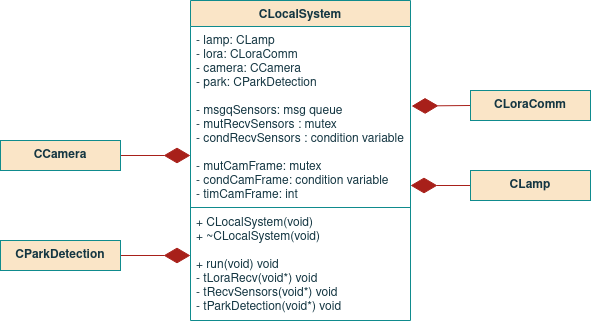
ESRGgroup9/slipad keeps this draw.io diagram as report/images/09sw_specification/LS/clocalsystem/class.png. Above is the earlier version. Source tidied: cells renumbered, new cells last; positions are measured from the earlier drawing's top-left corner, leaving out a move shared by most shapes.
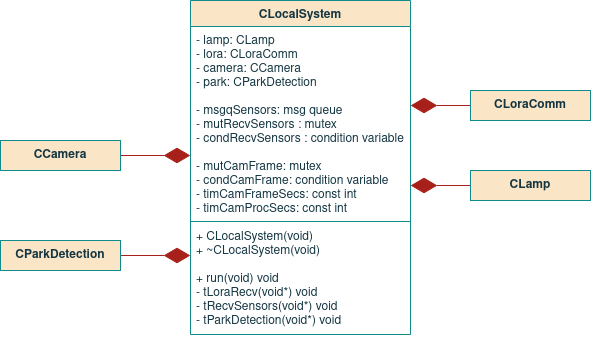
The same diagram one commit later.

Change to the diagram source:
```diff
@@ -3,25 +3,26 @@
     <mxCell id="0" />
     <mxCell id="1" parent="0" />
     <mxCell id="2" value="CLocalSystem" style="swimlane;fontStyle=1;align=center;verticalAlign=top;horizontal=1;startSize=26;fillColor=#FAE5C7;strokeColor=#0F8B8D;fontColor=#143642;" parent="1" vertex="1">
-      <mxGeometry x="190" width="220" height="320" as="geometry" />
+      <mxGeometry x="190" width="220" height="334" as="geometry" />
     </mxCell>
-    <mxCell id="3" value="- lamp: CLamp&#10;- lora: CLoraComm&#10;- camera: CCamera&#10;- park: CParkDetection&#10;&#10;- msgqSensors: msg queue&#10;- mutRecvSensors : mutex&#10;- condRecvSensors : condition variable&#10;&#10;- mutCamFrame: mutex&#10;- condCamFrame: condition variable&#10;- timCamFrame: int&#10;&#10;&#10;&#10;" style="text;strokeColor=none;fillColor=none;align=left;verticalAlign=top;spacingLeft=4;spacingRight=4;overflow=hidden;points=[[0,0.5],[1,0.5]];portConstraint=eastwest;fontColor=#143642;" parent="2" vertex="1">
-      <mxGeometry y="26" width="220" height="180" as="geometry" />
+    <mxCell id="3" value="- lamp: CLamp&#10;- lora: CLoraComm&#10;- camera: CCamera&#10;- park: CParkDetection&#10;&#10;- msgqSensors: msg queue&#10;- mutRecvSensors : mutex&#10;- condRecvSensors : condition variable&#10;&#10;- mutCamFrame: mutex&#10;- condCamFrame: condition variable&#10;- timCamFrameSecs: const int&#10;- timCamProcSecs: const int&#10;&#10;&#10;&#10;&#10;" style="text;strokeColor=none;fillColor=none;align=left;verticalAlign=top;spacingLeft=4;spacingRight=4;overflow=hidden;points=[[0,0.5],[1,0.5]];portConstraint=eastwest;fontColor=#143642;" parent="2" vertex="1">
+      <mxGeometry y="26" width="220" height="194" as="geometry" />
     </mxCell>
     <mxCell id="4" style="line;strokeWidth=1;fillColor=none;align=left;verticalAlign=middle;spacingTop=-1;spacingLeft=3;spacingRight=3;labelPosition=right;labelBackgroundColor=#DAD2D8;strokeColor=#0F8B8D;fontColor=#143642;" parent="2" vertex="1">
-      <mxGeometry y="206" width="220" height="2" as="geometry" />
+      <mxGeometry y="220" width="220" height="2" as="geometry" />
     </mxCell>
     <mxCell id="5" value="+ CLocalSystem(void)&#10;+ ~CLocalSystem(void)&#10;&#10;+ run(void) void&#10;- tLoraRecv(void*) void&#10;- tRecvSensors(void*) void&#10;- tParkDetection(void*) void&#10;" style="text;strokeColor=none;fillColor=none;align=left;verticalAlign=top;spacingLeft=4;spacingRight=4;overflow=hidden;fontColor=#143642;" parent="2" vertex="1">
-      <mxGeometry y="208" width="220" height="112" as="geometry" />
+      <mxGeometry y="222" width="220" height="112" as="geometry" />
     </mxCell>
     <mxCell id="6" style="endArrow=diamondThin;endFill=1;endSize=24;html=1;rounded=0;sketch=0;fontColor=#143642;strokeColor=#A8201A;fillColor=#FAE5C7;exitX=1;exitY=0.5;exitDx=0;exitDy=0;" parent="1" edge="1" source="12">
       <mxGeometry relative="1" as="geometry">
         <mxPoint x="190" y="255" as="targetPoint" />
       </mxGeometry>
     </mxCell>
-    <mxCell id="7" style="endArrow=diamondThin;endFill=1;endSize=24;html=1;rounded=0;sketch=0;fontColor=#143642;strokeColor=#A8201A;fillColor=#FAE5C7;exitX=0;exitY=0.5;exitDx=0;exitDy=0;entryX=1.005;entryY=0.442;entryDx=0;entryDy=0;entryPerimeter=0;" parent="1" edge="1" target="3">
+    <mxCell id="7" style="endArrow=diamondThin;endFill=1;endSize=24;html=1;rounded=0;sketch=0;fontColor=#143642;strokeColor=#A8201A;fillColor=#FAE5C7;exitX=0;exitY=0.5;exitDx=0;exitDy=0;" parent="1" edge="1">
       <mxGeometry relative="1" as="geometry">
         <mxPoint x="470" y="105" as="sourcePoint" />
+        <mxPoint x="410" y="105" as="targetPoint" />
       </mxGeometry>
     </mxCell>
     <mxCell id="8" style="endArrow=diamondThin;endFill=1;endSize=24;html=1;rounded=0;sketch=0;fontColor=#143642;strokeColor=#A8201A;fillColor=#FAE5C7;exitX=0;exitY=0.5;exitDx=0;exitDy=0;" parent="1" edge="1" source="10">
```
